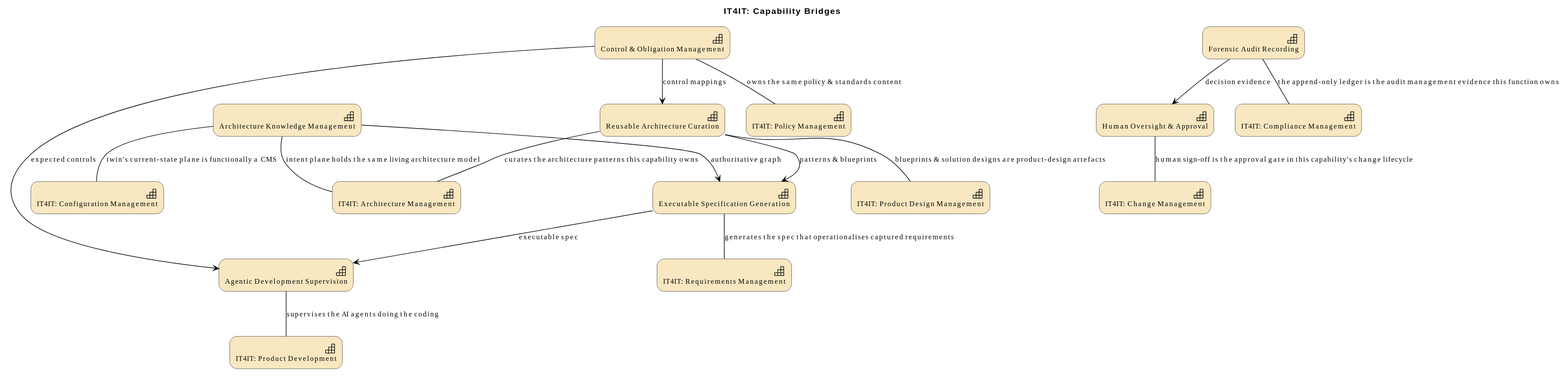
Before: architecture/model/diagrams/frictionless-architect-it4it-capability-bridges.svg, a diagram exported from PlantUML (wolffy-au/frictionless-architect).
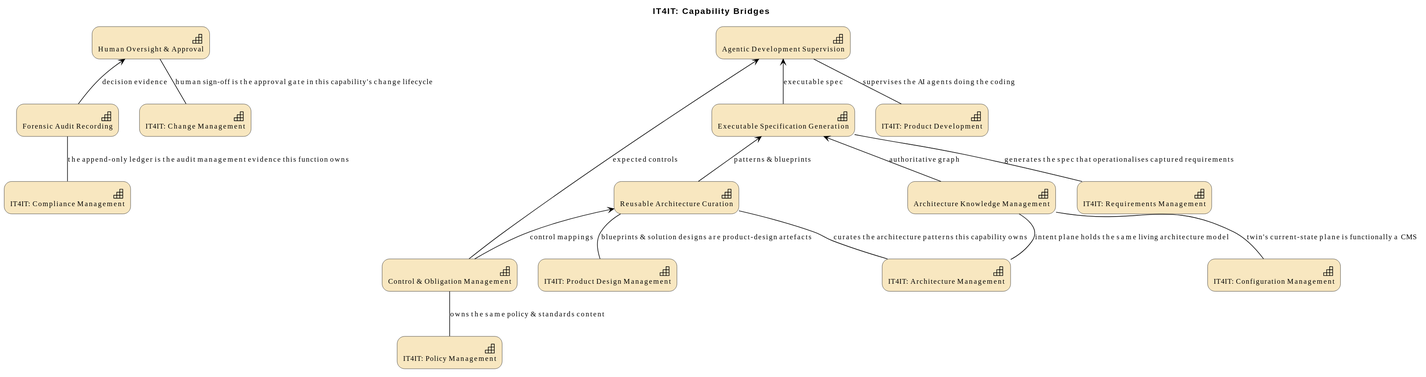
After the change.

The edit, as a diff of the source:
```diff
@@ -19,12 +19,12 @@
 Strategy_Capability(e_id84098be1d6b45f, "IT4IT: Change Management")
 Strategy_Capability(e_id2ed06f8de48b51, "IT4IT: Compliance Management")
 
-Rel_Serving(e_id18ec07397a9d5f, e_idafba1b4ab1e756, "authoritative graph")
-Rel_Serving(e_id752d1de3794f5f, e_idafba1b4ab1e756, "patterns & blueprints")
-Rel_Serving(e_id72468b5b403450, e_id752d1de3794f5f, "control mappings")
-Rel_Serving(e_id72468b5b403450, e_id4a1c34ab69d151, "expected controls")
-Rel_Serving(e_idafba1b4ab1e756, e_id4a1c34ab69d151, "executable spec")
-Rel_Serving(e_idc29413a2099958, e_id08f340a094e552, "decision evidence")
+Rel_Serving_Up(e_id18ec07397a9d5f, e_idafba1b4ab1e756, "authoritative graph")
+Rel_Serving_Up(e_id752d1de3794f5f, e_idafba1b4ab1e756, "patterns & blueprints")
+Rel_Serving_Up(e_id72468b5b403450, e_id752d1de3794f5f, "control mappings")
+Rel_Serving_Up(e_id72468b5b403450, e_id4a1c34ab69d151, "expected controls")
+Rel_Serving_Up(e_idafba1b4ab1e756, e_id4a1c34ab69d151, "executable spec")
+Rel_Serving_Up(e_idc29413a2099958, e_id08f340a094e552, "decision evidence")
 Rel_Association(e_id18ec07397a9d5f, e_ided0fa997568f53, "twin's current-state plane is functionally a CMS")
 Rel_Association(e_id18ec07397a9d5f, e_id4d61fa7927b25a, "intent plane holds the same living architecture model")
 Rel_Association(e_id752d1de3794f5f, e_id4d61fa7927b25a, "curates the architecture patterns this capability owns")
```
